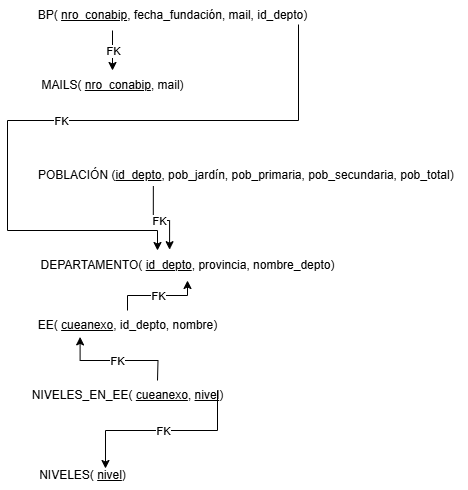
Before: MODELO_REL_FINAL.png, a diagram exported from draw.io (alessialima/TP-LABO-DE-DATOS-). Source tidied: cells renumbered, new cells last; positions are measured from the earlier drawing's top-left corner, leaving out a move shared by most shapes.
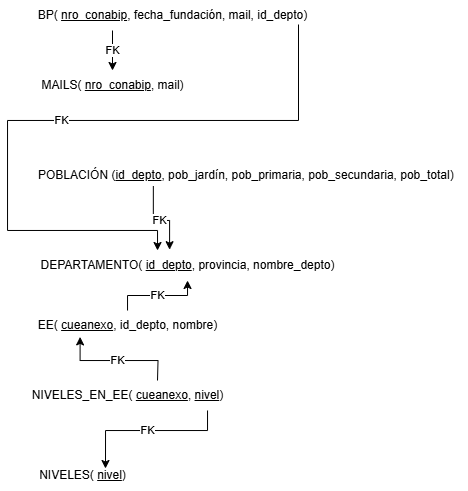
After the change.

Diff of the diagram source:
```diff
@@ -51,11 +51,10 @@
     <mxCell id="13" value="NIVELES_EN_EE( &lt;u&gt;cueanexo&lt;/u&gt;, &lt;u&gt;nivel&lt;/u&gt;)" style="text;html=1;align=center;verticalAlign=middle;points=[];strokeColor=none;fillColor=none;" parent="1" vertex="1">
       <mxGeometry x="15" y="380" width="210" height="30" as="geometry" />
     </mxCell>
-    <mxCell id="14" style="endArrow=classic;html=1;rounded=0;edgeStyle=orthogonalEdgeStyle;entryX=0.709;entryY=0.267;entryDx=0;entryDy=0;entryPerimeter=0;" parent="1" edge="1" target="6">
+    <mxCell id="14" style="endArrow=classic;html=1;rounded=0;edgeStyle=orthogonalEdgeStyle;entryX=0.709;entryY=0.267;entryDx=0;entryDy=0;entryPerimeter=0;" parent="1" edge="1" source="13" target="6">
       <mxGeometry relative="1" as="geometry">
-        <mxPoint x="210" y="390" as="sourcePoint" />
         <Array as="points">
-          <mxPoint x="210" y="430" />
+          <mxPoint x="200" y="430" />
           <mxPoint x="98" y="430" />
         </Array>
       </mxGeometry>
```
